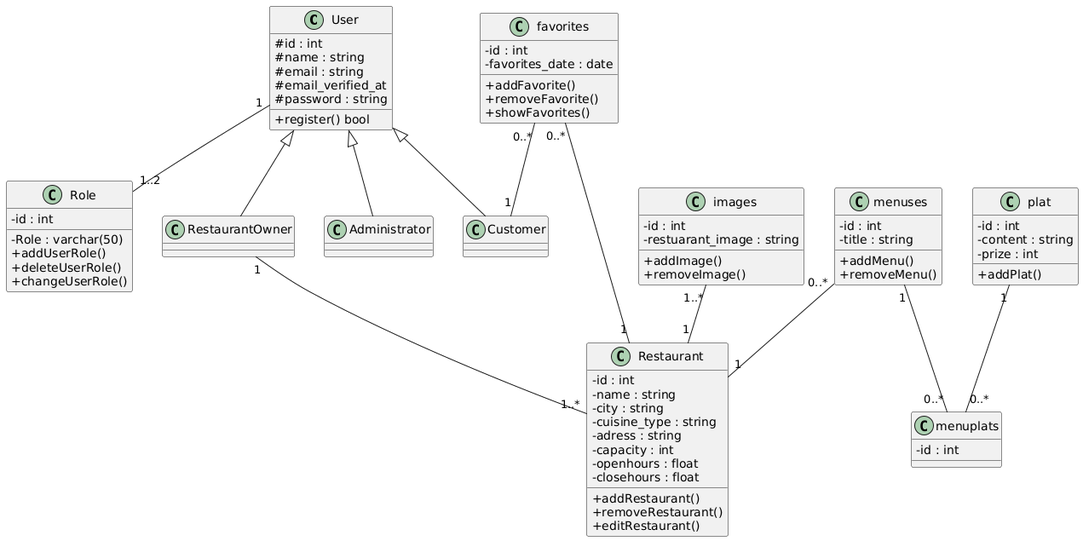
The PlantUML diagram UML/Diagram class/final.png in Gourita-M/YouCo_Done-V2, before a commit. Source of this version:
```plantuml
@startuml
skinparam classAttributeIconSize 0

class User {
  #id : int
  #name : string
  #email : string
  #email_verified_at
  #password : string
  +register() bool
}

class Restaurant {
  -id : int
  -name : string
  -city : string
  -cuisine_type : string
  -adress : string
  -capacity : int
  -openhours : float
  -closehours : float
  +addRestaurant()
  +removeRestaurant()
  +editRestaurant()
}

class images {
  -id : int
  -restuarant_image : string
  +addImage()
  +removeImage()
}

class menuses {
  -id : int
  -title : string
  +addMenu()
  +removeMenu()
}

class menuplats {
  -id : int
}
class plat {
  -id : int
  -content : string
  -prize : int
  +addPlat()
}

class favorites {
  -id : int
  -favorites_date : date
  +addFavorite()
  +removeFavorite()
  +showFavorites()
}

class Role {
  -id : int
  -Role : varchar(50)
  +addUserRole()
  +deleteUserRole()
  +changeUserRole()
}


User <|-- Customer
User <|-- RestaurantOwner
User <|-- Administrator


RestaurantOwner "1" -- "1..*" Restaurant
images "1..*" -- "1" Restaurant
menuses "0..*" -- "1" Restaurant
favorites "0..*" -- "1" Restaurant
favorites "0..*" -- "1" Customer
User "1" -- "1..2" Role
menuses "1" -- "0..*" menuplats
plat "1" -- "0..*" menuplats
@enduml
```
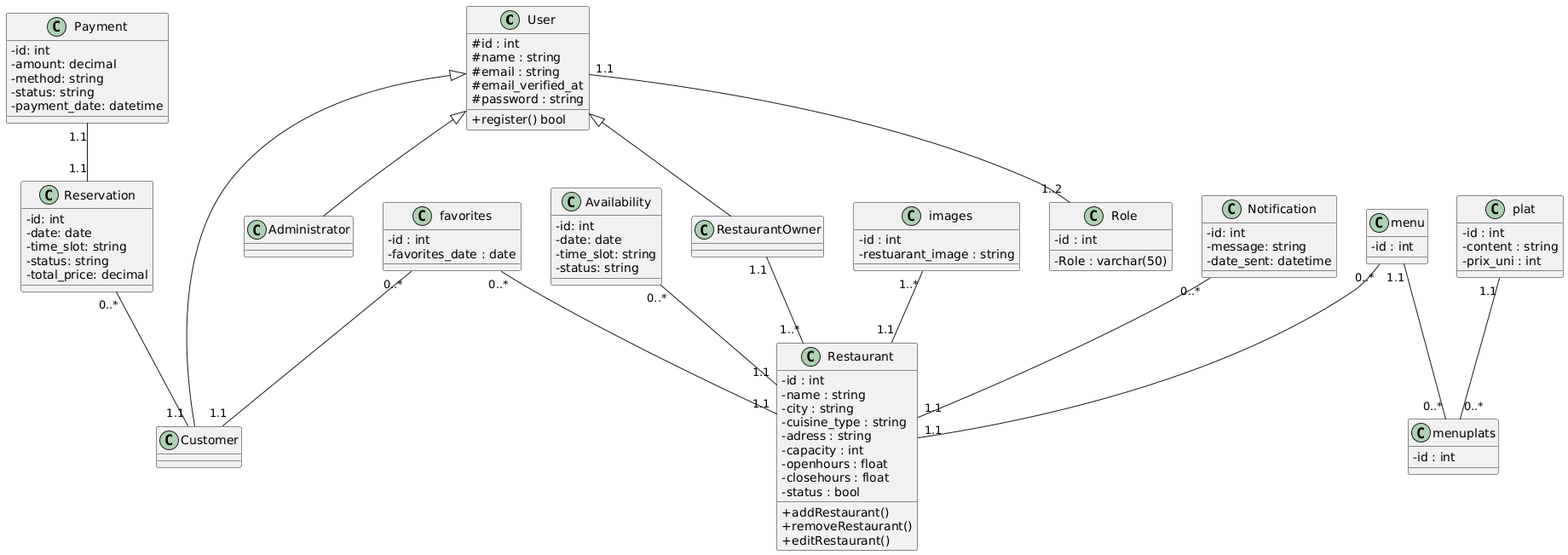
After the change.

What changed in the source:
```diff
@@ -19,6 +19,7 @@
   -capacity : int
   -openhours : float
   -closehours : float
+  -status : bool
   +addRestaurant()
   +removeRestaurant()
   +editRestaurant()
@@ -27,15 +28,10 @@
 class images {
   -id : int
   -restuarant_image : string
-  +addImage()
-  +removeImage()
 }
 
-class menuses {
+class menu {
   -id : int
-  -title : string
-  +addMenu()
-  +removeMenu()
 }
 
 class menuplats {
@@ -44,38 +40,63 @@
 class plat {
   -id : int
   -content : string
-  -prize : int
-  +addPlat()
+  -prix_uni : int
 }
 
 class favorites {
   -id : int
   -favorites_date : date
-  +addFavorite()
-  +removeFavorite()
-  +showFavorites()
 }
 
 class Role {
   -id : int
   -Role : varchar(50)
-  +addUserRole()
-  +deleteUserRole()
-  +changeUserRole()
 }
 
+class Reservation {
+  -id: int
+  -date: date
+  -time_slot: string
+  -status: string
+  -total_price: decimal
+}
+
+class Notification {
+  -id: int
+  -message: string
+  -date_sent: datetime
+}
+
+class Availability {
+  -id: int
+  -date: date
+  -time_slot: string
+  -status: string
+}
+
+class Payment {
+  -id: int
+  -amount: decimal
+  -method: string
+  -status: string
+  -payment_date: datetime
+}
 
 User <|-- Customer
 User <|-- RestaurantOwner
 User <|-- Administrator
 
 
-RestaurantOwner "1" -- "1..*" Restaurant
-images "1..*" -- "1" Restaurant
-menuses "0..*" -- "1" Restaurant
-favorites "0..*" -- "1" Restaurant
-favorites "0..*" -- "1" Customer
-User "1" -- "1..2" Role
-menuses "1" -- "0..*" menuplats
-plat "1" -- "0..*" menuplats
+RestaurantOwner "1.1" -- "1..*" Restaurant
+images "1..*" -- "1.1" Restaurant
+menu "0..*" -- "1.1" Restaurant
+favorites "0..*" -- "1.1" Restaurant
+favorites "0..*" -- "1.1" Customer
+User "1.1" -- "1..2" Role
+menu "1.1" -- "0..*" menuplats
+plat "1.1" -- "0..*" menuplats
+Reservation "0..*" -- "1.1" Customer
+Availability "0..*" -- "1.1" Restaurant
+Payment "1.1" -- "1.1" Reservation
+Notification "0..*" -- "1.1" Restaurant
 @enduml
```
